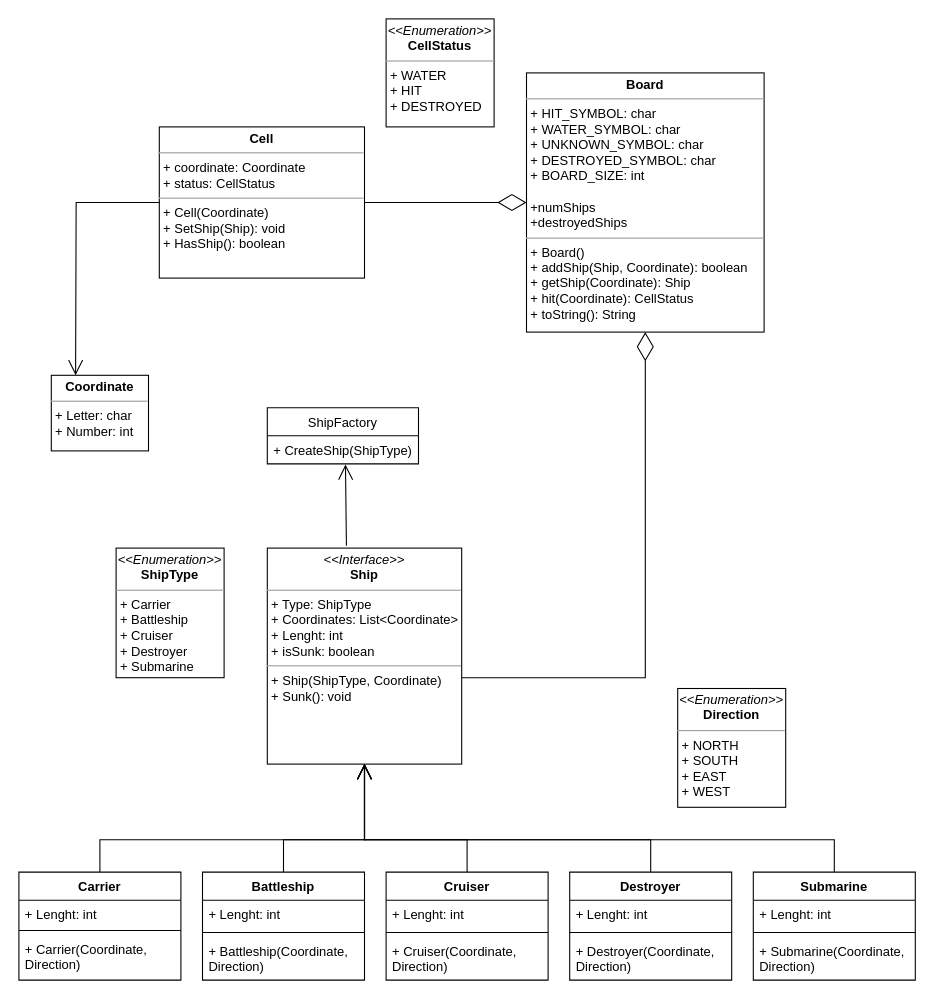
The draw.io diagram UML.drawio in CesarSnake/Battleship, before the edit. Source tidied: cells renumbered, new cells numbered last; positions are measured from the earlier drawing's top-left corner, leaving out a move shared by most shapes. Both pictures are drawn from the tidied source at 108%, with x=0, y=0 at pixel (18, 18).
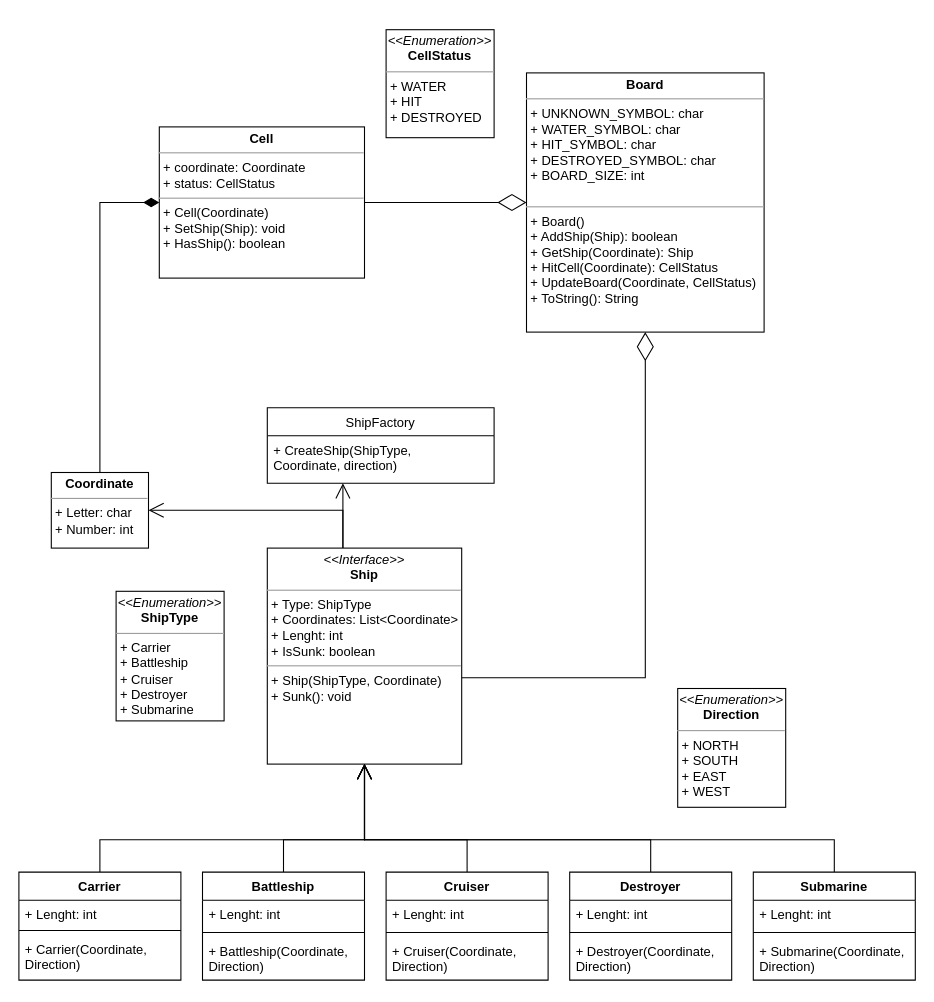
After the change.

Commit message (it also covers changes not shown here):
Updated UML, gitignore

The change refers to these unchanged cells:
```xml
<mxCell id="26" value="&lt;p style=&quot;margin: 0px ; margin-top: 4px ; text-align: center&quot;&gt;&lt;b&gt;Cell&lt;/b&gt;&lt;/p&gt;&lt;hr size=&quot;1&quot;&gt;&lt;p style=&quot;margin: 0px ; margin-left: 4px&quot;&gt;+ coordinate: Coordinate&lt;/p&gt;&lt;p style=&quot;margin: 0px ; margin-left: 4px&quot;&gt;+ status: CellStatus&lt;/p&gt;&lt;hr size=&quot;1&quot;&gt;&lt;p style=&quot;margin: 0px ; margin-left: 4px&quot;&gt;+ Cell(Coordinate)&lt;/p&gt;&lt;p style=&quot;margin: 0px ; margin-left: 4px&quot;&gt;+ SetShip(Ship): void&lt;/p&gt;&lt;p style=&quot;margin: 0px ; margin-left: 4px&quot;&gt;+ HasShip(): boolean&lt;/p&gt;" style="verticalAlign=top;align=left;overflow=fill;fontSize=12;fontFamily=Helvetica;html=1;" parent="1" vertex="1">
  <mxGeometry x="130" y="100" width="190" height="140" as="geometry" />
</mxCell>
```

What changed in the source:
```diff
@@
-    <mxCell id="2" value="&lt;p style=&quot;margin: 0px ; margin-top: 4px ; text-align: center&quot;&gt;&lt;i&gt;&amp;lt;&amp;lt;Interface&amp;gt;&amp;gt;&lt;/i&gt;&lt;br&gt;&lt;b&gt;Ship&lt;/b&gt;&lt;/p&gt;&lt;hr size=&quot;1&quot;&gt;&lt;p style=&quot;margin: 0px ; margin-left: 4px&quot;&gt;+ Type: ShipType&lt;/p&gt;&lt;p style=&quot;margin: 0px ; margin-left: 4px&quot;&gt;+ Coordinates: List&amp;lt;Coordinate&amp;gt;&lt;br&gt;&lt;/p&gt;&lt;p style=&quot;margin: 0px ; margin-left: 4px&quot;&gt;+ Lenght: int&lt;/p&gt;&lt;p style=&quot;margin: 0px ; margin-left: 4px&quot;&gt;+ isSunk: boolean&lt;/p&gt;&lt;hr size=&quot;1&quot;&gt;&lt;p style=&quot;margin: 0px ; margin-left: 4px&quot;&gt;+ Ship(ShipType, Coordinate)&lt;br&gt;+ Sunk(): void&lt;/p&gt;" style="verticalAlign=top;align=left;overflow=fill;fontSize=12;fontFamily=Helvetica;html=1;" parent="1" vertex="1">
+    <mxCell id="2" value="&lt;p style=&quot;margin: 0px ; margin-top: 4px ; text-align: center&quot;&gt;&lt;i&gt;&amp;lt;&amp;lt;Interface&amp;gt;&amp;gt;&lt;/i&gt;&lt;br&gt;&lt;b&gt;Ship&lt;/b&gt;&lt;/p&gt;&lt;hr size=&quot;1&quot;&gt;&lt;p style=&quot;margin: 0px ; margin-left: 4px&quot;&gt;+ Type: ShipType&lt;/p&gt;&lt;p style=&quot;margin: 0px ; margin-left: 4px&quot;&gt;+ Coordinates: List&amp;lt;Coordinate&amp;gt;&lt;br&gt;&lt;/p&gt;&lt;p style=&quot;margin: 0px ; margin-left: 4px&quot;&gt;+ Lenght: int&lt;/p&gt;&lt;p style=&quot;margin: 0px ; margin-left: 4px&quot;&gt;+ IsSunk: boolean&lt;/p&gt;&lt;hr size=&quot;1&quot;&gt;&lt;p style=&quot;margin: 0px ; margin-left: 4px&quot;&gt;+ Ship(ShipType, Coordinate)&lt;br&gt;+ Sunk(): void&lt;/p&gt;" style="verticalAlign=top;align=left;overflow=fill;fontSize=12;fontFamily=Helvetica;html=1;" parent="1" vertex="1">
       <mxGeometry x="230" y="490" width="180" height="200" as="geometry" />
     </mxCell>
     <mxCell id="3" value="&lt;p style=&quot;margin: 0px ; margin-top: 4px ; text-align: center&quot;&gt;&lt;i&gt;&amp;lt;&amp;lt;Enumeration&amp;gt;&amp;gt;&lt;/i&gt;&lt;br&gt;&lt;b&gt;ShipType&lt;/b&gt;&lt;/p&gt;&lt;hr size=&quot;1&quot;&gt;&lt;p style=&quot;margin: 0px ; margin-left: 4px&quot;&gt;+ Carrier&lt;/p&gt;&lt;p style=&quot;margin: 0px ; margin-left: 4px&quot;&gt;+ Battleship&lt;/p&gt;&lt;p style=&quot;margin: 0px ; margin-left: 4px&quot;&gt;+ Cruiser&lt;/p&gt;&lt;p style=&quot;margin: 0px ; margin-left: 4px&quot;&gt;+ Destroyer&lt;/p&gt;&lt;p style=&quot;margin: 0px ; margin-left: 4px&quot;&gt;+ Submarine&lt;/p&gt;" style="verticalAlign=top;align=left;overflow=fill;fontSize=12;fontFamily=Helvetica;html=1;" parent="1" vertex="1">
-      <mxGeometry x="90" y="490" width="100" height="120" as="geometry" />
+      <mxGeometry x="90" y="530" width="100" height="120" as="geometry" />
     </mxCell>
     <mxCell id="4" value="&lt;p style=&quot;margin: 0px ; margin-top: 4px ; text-align: center&quot;&gt;&lt;b&gt;Coordinate&lt;/b&gt;&lt;/p&gt;&lt;hr size=&quot;1&quot;&gt;&lt;p style=&quot;margin: 0px ; margin-left: 4px&quot;&gt;+ Letter: char&lt;/p&gt;&lt;p style=&quot;margin: 0px ; margin-left: 4px&quot;&gt;+ Number: int&lt;/p&gt;" style="verticalAlign=top;align=left;overflow=fill;fontSize=12;fontFamily=Helvetica;html=1;" parent="1" vertex="1">
-      <mxGeometry x="30" y="330" width="90" height="70" as="geometry" />
+      <mxGeometry x="30" y="420" width="90" height="70" as="geometry" />
     </mxCell>
@@
-    <mxCell id="25" value="&lt;p style=&quot;margin: 0px ; margin-top: 4px ; text-align: center&quot;&gt;&lt;b&gt;Board&lt;/b&gt;&lt;/p&gt;&lt;hr size=&quot;1&quot;&gt;&lt;p style=&quot;margin: 0px ; margin-left: 4px&quot;&gt;+ HIT_SYMBOL: char&lt;br&gt;+ WATER_SYMBOL: char&lt;br&gt;+ UNKNOWN_SYMBOL: char&lt;/p&gt;&lt;p style=&quot;margin: 0px ; margin-left: 4px&quot;&gt;+ DESTROYED_SYMBOL: char&lt;br&gt;+ BOARD_SIZE: int&lt;br&gt;&lt;br&gt;+numShips&lt;br&gt;+destroyedShips&lt;br&gt;&lt;/p&gt;&lt;hr size=&quot;1&quot;&gt;&lt;p style=&quot;margin: 0px ; margin-left: 4px&quot;&gt;+ Board()&lt;/p&gt;&lt;p style=&quot;margin: 0px ; margin-left: 4px&quot;&gt;+ addShip(Ship, Coordinate): boolean&lt;/p&gt;&lt;p style=&quot;margin: 0px ; margin-left: 4px&quot;&gt;+ getShip(Coordinate): Ship&lt;/p&gt;&lt;p style=&quot;margin: 0px ; margin-left: 4px&quot;&gt;+ hit(Coordinate): CellStatus&lt;/p&gt;&lt;p style=&quot;margin: 0px ; margin-left: 4px&quot;&gt;+ toString(): String&lt;/p&gt;&lt;p style=&quot;margin: 0px ; margin-left: 4px&quot;&gt;&lt;br&gt;&lt;/p&gt;" style="verticalAlign=top;align=left;overflow=fill;fontSize=12;fontFamily=Helvetica;html=1;" parent="1" vertex="1">
+    <mxCell id="25" value="&lt;p style=&quot;margin: 0px ; margin-top: 4px ; text-align: center&quot;&gt;&lt;b&gt;Board&lt;/b&gt;&lt;/p&gt;&lt;hr size=&quot;1&quot;&gt;&lt;p style=&quot;margin: 0px 0px 0px 4px&quot;&gt;+ UNKNOWN_SYMBOL: char&lt;/p&gt;&lt;p style=&quot;margin: 0px ; margin-left: 4px&quot;&gt;+ WATER_SYMBOL: char&lt;br&gt;&lt;/p&gt;&lt;p style=&quot;margin: 0px ; margin-left: 4px&quot;&gt;&lt;span&gt;+ HIT_SYMBOL: char&lt;/span&gt;&lt;br&gt;&lt;/p&gt;&lt;p style=&quot;margin: 0px ; margin-left: 4px&quot;&gt;+ DESTROYED_SYMBOL: char&lt;br&gt;+ BOARD_SIZE: int&lt;br&gt;&lt;br&gt;&lt;/p&gt;&lt;hr size=&quot;1&quot;&gt;&lt;p style=&quot;margin: 0px ; margin-left: 4px&quot;&gt;+ Board()&lt;/p&gt;&lt;p style=&quot;margin: 0px ; margin-left: 4px&quot;&gt;+ AddShip(Ship): boolean&lt;/p&gt;&lt;p style=&quot;margin: 0px ; margin-left: 4px&quot;&gt;+ GetShip(Coordinate): Ship&lt;/p&gt;&lt;p style=&quot;margin: 0px ; margin-left: 4px&quot;&gt;+ HitCell(Coordinate): CellStatus&lt;/p&gt;&lt;p style=&quot;margin: 0px ; margin-left: 4px&quot;&gt;+ UpdateBoard(Coordinate, CellStatus)&lt;/p&gt;&lt;p style=&quot;margin: 0px ; margin-left: 4px&quot;&gt;+ ToString(): String&lt;/p&gt;&lt;p style=&quot;margin: 0px ; margin-left: 4px&quot;&gt;&lt;br&gt;&lt;/p&gt;" style="verticalAlign=top;align=left;overflow=fill;fontSize=12;fontFamily=Helvetica;html=1;" parent="1" vertex="1">
       <mxGeometry x="470" y="50" width="220" height="240" as="geometry" />
     </mxCell>
@@
-    <mxCell id="28" style="endArrow=open;endFill=1;endSize=12;html=1;rounded=0;entryX=0.25;entryY=0;entryDx=0;entryDy=0;exitX=0;exitY=0.5;exitDx=0;exitDy=0;" parent="1" edge="1" source="26" target="4">
+    <mxCell id="28" style="endArrow=diamondThin;endFill=1;endSize=12;html=1;rounded=0;entryX=0;entryY=0.5;entryDx=0;entryDy=0;exitX=0.5;exitY=0;exitDx=0;exitDy=0;" parent="1" edge="1" source="4" target="26">
       <mxGeometry relative="1" as="geometry">
         <Array as="points">
-          <mxPoint x="53" y="170" />
+          <mxPoint x="75" y="170" />
         </Array>
       </mxGeometry>
     </mxCell>
@@
     <mxCell id="35" value="&lt;p style=&quot;margin: 0px ; margin-top: 4px ; text-align: center&quot;&gt;&lt;i&gt;&amp;lt;&amp;lt;Enumeration&amp;gt;&amp;gt;&lt;/i&gt;&lt;br&gt;&lt;b&gt;CellStatus&lt;/b&gt;&lt;/p&gt;&lt;hr size=&quot;1&quot;&gt;&lt;p style=&quot;margin: 0px ; margin-left: 4px&quot;&gt;+ WATER&lt;br&gt;&lt;/p&gt;&lt;p style=&quot;margin: 0px ; margin-left: 4px&quot;&gt;+ HIT&lt;/p&gt;&lt;p style=&quot;margin: 0px ; margin-left: 4px&quot;&gt;+ DESTROYED&lt;/p&gt;" style="verticalAlign=top;align=left;overflow=fill;fontSize=12;fontFamily=Helvetica;html=1;" parent="1" vertex="1">
-      <mxGeometry x="340" width="100" height="100" as="geometry" />
+      <mxGeometry x="340" y="10" width="100" height="100" as="geometry" />
     </mxCell>
@@
     <mxCell id="37" value="ShipFactory" style="swimlane;fontStyle=0;horizontal=1;startSize=26;fillColor=none;" parent="1" vertex="1">
-      <mxGeometry x="230" y="360" width="140" height="52" as="geometry" />
+      <mxGeometry x="230" y="360" width="210" height="70" as="geometry" />
     </mxCell>
-    <mxCell id="38" value="+ CreateShip(ShipType)&#10;" style="text;strokeColor=none;fillColor=none;align=left;verticalAlign=top;spacingLeft=4;spacingRight=4;overflow=hidden;points=[[0,0.5],[1,0.5]];portConstraint=eastwest;" parent="37" vertex="1">
-      <mxGeometry y="26" width="140" height="26" as="geometry" />
+    <mxCell id="38" value="+ CreateShip(ShipType, &#10;Coordinate, direction)&#10;" style="text;strokeColor=none;fillColor=none;align=left;verticalAlign=top;spacingLeft=4;spacingRight=4;overflow=hidden;points=[[0,0.5],[1,0.5]];portConstraint=eastwest;" parent="37" vertex="1">
+      <mxGeometry y="26" width="210" height="44" as="geometry" />
     </mxCell>
-    <mxCell id="39" style="endArrow=open;endFill=1;endSize=12;html=1;rounded=0;entryX=0.517;entryY=1.023;entryDx=0;entryDy=0;entryPerimeter=0;exitX=0.407;exitY=-0.011;exitDx=0;exitDy=0;exitPerimeter=0;" parent="1" edge="1" source="2" target="38">
-      <mxGeometry relative="1" as="geometry" />
+    <mxCell id="39" style="endArrow=open;endFill=1;endSize=12;html=1;rounded=0;" parent="1" edge="1">
+      <mxGeometry relative="1" as="geometry">
+        <mxPoint x="300" y="490" as="sourcePoint" />
+        <mxPoint x="300" y="430" as="targetPoint" />
+      </mxGeometry>
     </mxCell>
+    <mxCell id="40" style="endArrow=open;endFill=1;endSize=12;html=1;rounded=0;entryX=1;entryY=0.5;entryDx=0;entryDy=0;" parent="1" edge="1" target="4">
+      <mxGeometry relative="1" as="geometry">
+        <mxPoint x="300" y="490" as="sourcePoint" />
+        <Array as="points">
+          <mxPoint x="300" y="455" />
+        </Array>
+      </mxGeometry>
+    </mxCell>
```
